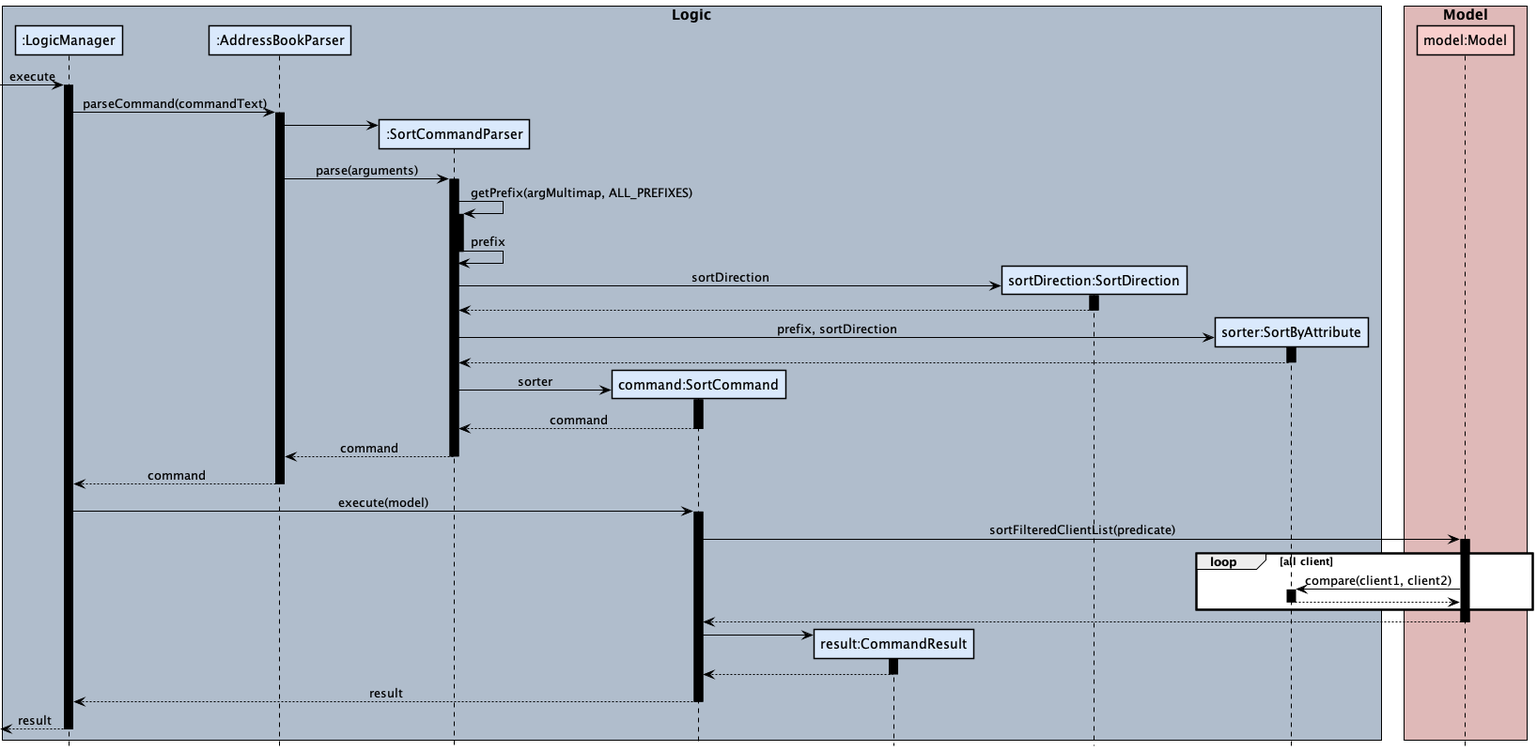
The PlantUML diagram docs/images/tracing/SortCommandSequenceDiagram.png in nus-cs2103-AY2122S1/tp, before a commit.
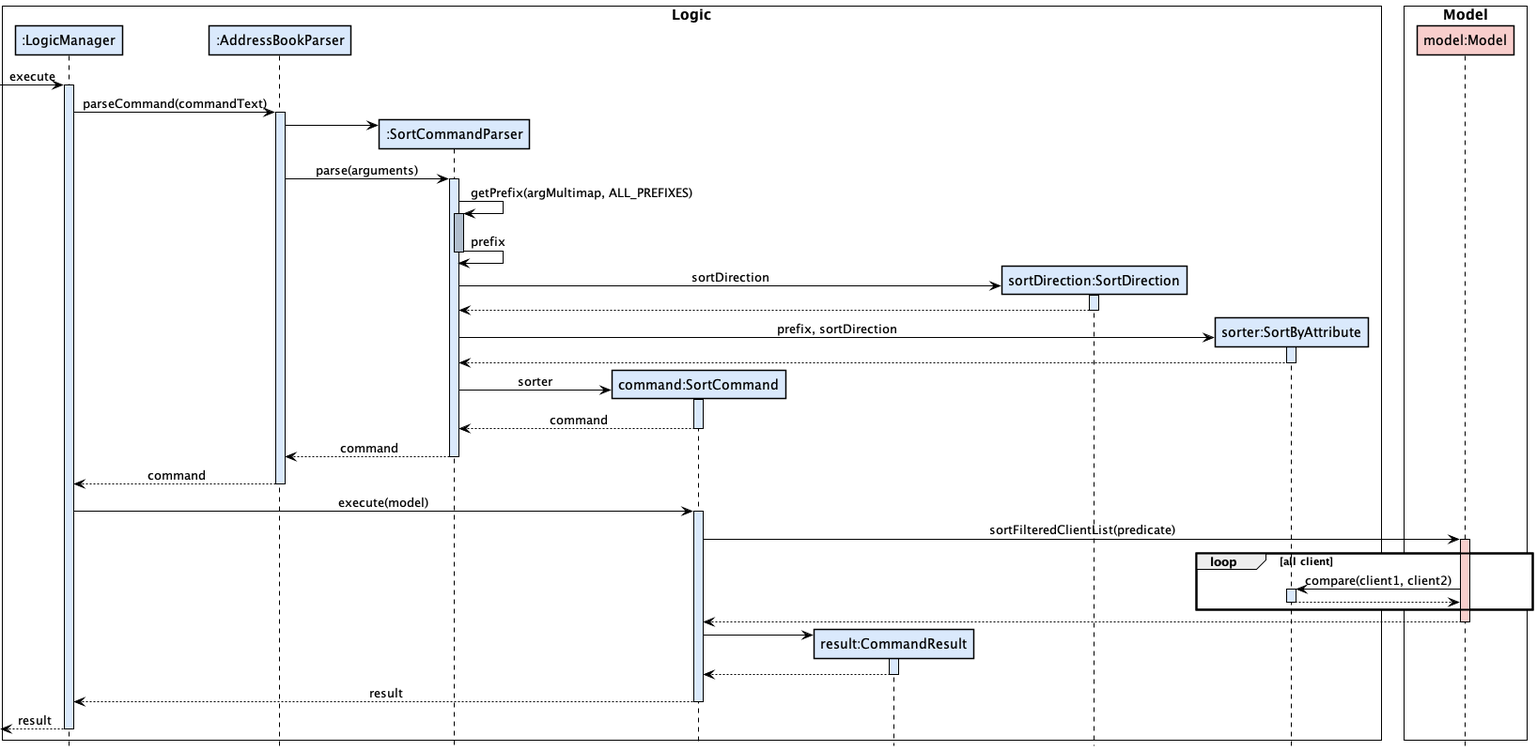
After the change.

Change to the diagram source:
```diff
@@ -1,7 +1,7 @@
 @startuml
 !include ../style.puml
 
-box "Logic" LOGIC_COLOR_T1
+box "Logic" #FFFFFF
 Participant ":LogicManager" as logic LOGIC_COLOR
 Participant ":AddressBookParser" as abp LOGIC_COLOR
 Participant ":SortCommandParser" as scp LOGIC_COLOR
@@ -10,40 +10,41 @@
 Participant "sortDirection:SortDirection" as sd LOGIC_COLOR
 Participant "sorter:SortByAttribute" as sba LOGIC_COLOR
 end box
-box "Model" MODEL_COLOR_T1
+box "Model" #FFFFFF
 Participant "model:Model" as model MODEL_COLOR
 end box
 
 skinparam sequenceBoxBorderColor #black
 
 [-> logic : execute
-activate logic
-logic -> abp ++: parseCommand(commandText)
+activate logic LOGIC_COLOR
+logic -> abp ++ LOGIC_COLOR: parseCommand(commandText)
+
 create scp
 abp -> scp
-abp -> scp ++: parse(arguments)
-scp -> scp ++: getPrefix(argMultimap, ALL_PREFIXES)
-scp -> scp --: prefix
-create sd
-scp -> sd ++: sortDirection
+abp -> scp ++ LOGIC_COLOR: parse(arguments)
+scp -> scp ++ LOGIC_COLOR_T1: getPrefix(argMultimap, ALL_PREFIXES)
+scp -> scp -- LOGIC_COLOR: prefix
+create sd LOGIC_COLOR
+scp -> sd ++ LOGIC_COLOR: sortDirection
 sd --> scp --:
 create sba
-scp -> sba ++: prefix, sortDirection
+scp -> sba ++ LOGIC_COLOR: prefix, sortDirection
 sba --> scp --:
 create sc
-scp -> sc ++: sorter
+scp -> sc ++ LOGIC_COLOR: sorter
 sc --> scp --: command
 scp --> abp --: command
 abp --> logic --: command
-logic -> sc ++: execute(model)
-sc -> model ++: sortFilteredClientList(predicate)
+logic -> sc ++ LOGIC_COLOR: execute(model)
+sc -> model ++ MODEL_COLOR: sortFilteredClientList(predicate)
 loop all client
-    model -> sba ++: compare(client1, client2)
+    model -> sba ++ LOGIC_COLOR: compare(client1, client2)
     sba --> model --
 end
 model --> sc --:
 create cr
-sc -> cr ++:
+sc -> cr ++ LOGIC_COLOR:
 cr --> sc --:
 sc --> logic --: result
 logic -->[ --: result
```
